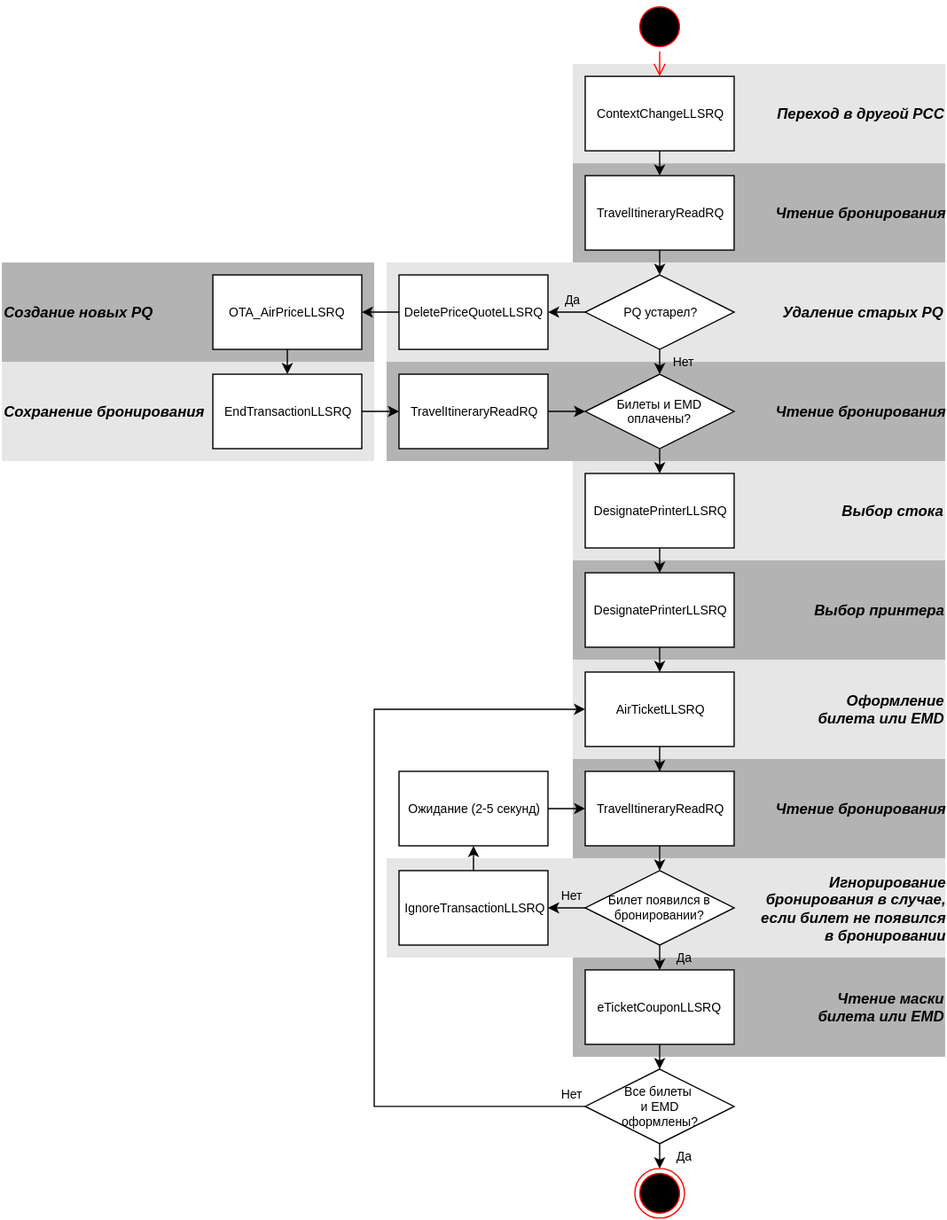
Before: assets/svg/Issue Tickets/[RU]Issue Tickets-0.svg, a diagram exported from draw.io (andreypolyak/sabre-apis-ru). Source tidied: cells renumbered, new cells last; positions are measured from the earlier drawing's top-left corner, leaving out a move shared by most shapes.
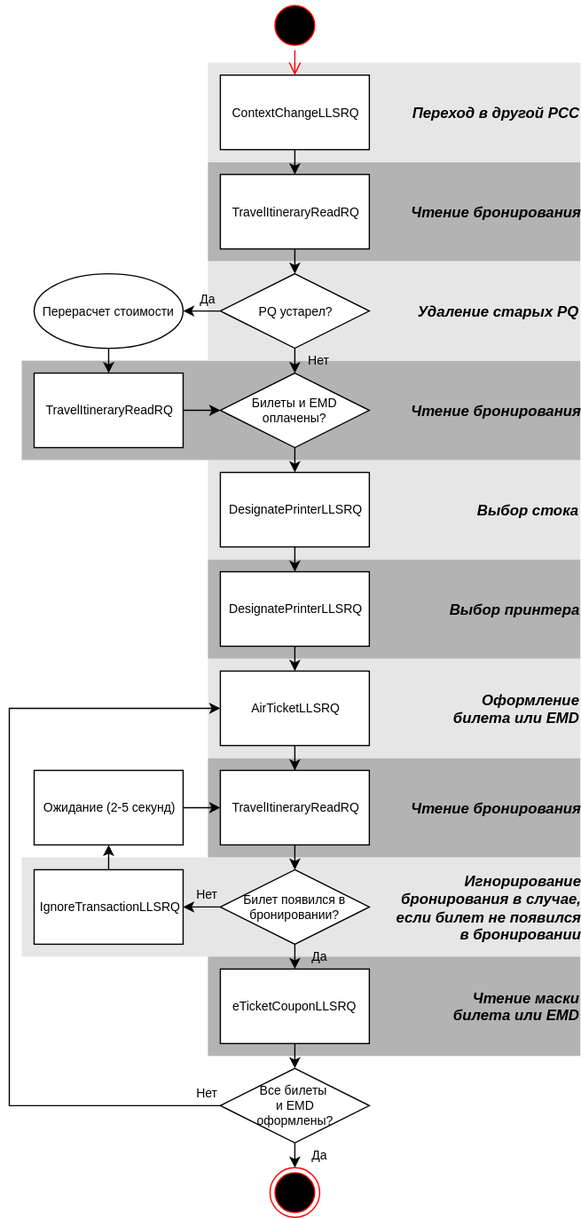
After the commit.

The edit, as a diff of the source:
```diff
@@ -20,20 +20,14 @@
     <mxCell id="7" value="&lt;div style=&quot;text-align: right&quot;&gt;&lt;b&gt;&lt;i&gt;&lt;font style=&quot;font-size: 12px&quot;&gt;Выбор стока&lt;/font&gt;&lt;/i&gt;&lt;/b&gt;&lt;br&gt;&lt;/div&gt;" style="whiteSpace=wrap;html=1;fillColor=#E6E6E6;fontSize=10;strokeColor=none;align=right;gradientColor=none;" parent="1" vertex="1">
       <mxGeometry x="460" y="370" width="300" height="80" as="geometry" />
     </mxCell>
-    <mxCell id="8" value="&lt;div style=&quot;text-align: right&quot;&gt;&lt;span&gt;&lt;b&gt;&lt;i&gt;&lt;font style=&quot;font-size: 12px&quot;&gt;Сохранение бронирования&lt;/font&gt;&lt;/i&gt;&lt;/b&gt;&lt;/span&gt;&lt;br&gt;&lt;/div&gt;" style="whiteSpace=wrap;html=1;fillColor=#E6E6E6;fontSize=10;strokeColor=none;align=left;gradientColor=none;" parent="1" vertex="1">
-      <mxGeometry y="290" width="300" height="80" as="geometry" />
-    </mxCell>
     <mxCell id="9" value="&lt;div style=&quot;text-align: right&quot;&gt;&lt;b&gt;&lt;i&gt;&lt;font style=&quot;font-size: 12px&quot;&gt;Чтение бронирования&lt;/font&gt;&lt;/i&gt;&lt;/b&gt;&lt;br&gt;&lt;/div&gt;" style="whiteSpace=wrap;html=1;fillColor=#B3B3B3;fontSize=10;strokeColor=none;align=right;gradientColor=none;" parent="1" vertex="1">
       <mxGeometry x="310" y="290" width="450" height="80" as="geometry" />
     </mxCell>
-    <mxCell id="10" value="&lt;div style=&quot;text-align: right&quot;&gt;&lt;span&gt;&lt;b&gt;&lt;i&gt;&lt;font style=&quot;font-size: 12px&quot;&gt;Создание новых PQ&lt;/font&gt;&lt;/i&gt;&lt;/b&gt;&lt;/span&gt;&lt;br&gt;&lt;/div&gt;" style="whiteSpace=wrap;html=1;fillColor=#B3B3B3;fontSize=10;strokeColor=none;align=left;gradientColor=none;" parent="1" vertex="1">
-      <mxGeometry y="210" width="300" height="80" as="geometry" />
-    </mxCell>
     <mxCell id="11" value="&lt;div style=&quot;text-align: right&quot;&gt;&lt;b&gt;&lt;i&gt;&lt;font style=&quot;font-size: 12px&quot;&gt;Чтение бронирования&lt;/font&gt;&lt;/i&gt;&lt;/b&gt;&lt;br&gt;&lt;/div&gt;" style="whiteSpace=wrap;html=1;fillColor=#B3B3B3;fontSize=10;strokeColor=none;align=right;gradientColor=none;" parent="1" vertex="1">
       <mxGeometry x="460" y="130" width="300" height="80" as="geometry" />
     </mxCell>
     <mxCell id="12" value="&lt;div style=&quot;text-align: right&quot;&gt;&lt;span&gt;&lt;b&gt;&lt;i&gt;&lt;font style=&quot;font-size: 12px&quot;&gt;Удаление старых PQ&lt;/font&gt;&lt;/i&gt;&lt;/b&gt;&lt;/span&gt;&lt;br&gt;&lt;/div&gt;" style="whiteSpace=wrap;html=1;fillColor=#E6E6E6;fontSize=10;strokeColor=none;align=right;gradientColor=none;" parent="1" vertex="1">
-      <mxGeometry x="310" y="210" width="450" height="80" as="geometry" />
+      <mxGeometry x="460" y="210" width="300" height="80" as="geometry" />
     </mxCell>
     <mxCell id="13" value="&lt;div style=&quot;text-align: right&quot;&gt;&lt;span&gt;&lt;b&gt;&lt;i&gt;&lt;font style=&quot;font-size: 12px&quot;&gt;Переход в другой PCC&lt;/font&gt;&lt;/i&gt;&lt;/b&gt;&lt;/span&gt;&lt;br&gt;&lt;/div&gt;" style="whiteSpace=wrap;html=1;fillColor=#E6E6E6;fontSize=10;strokeColor=none;align=right;gradientColor=none;" parent="1" vertex="1">
       <mxGeometry x="460" y="50" width="300" height="80" as="geometry" />
@@ -50,18 +44,6 @@
     <mxCell id="17" value="TravelItineraryReadRQ" style="whiteSpace=wrap;html=1;rounded=0;fontSize=10;" parent="1" vertex="1">
       <mxGeometry x="470" y="140" width="120" height="60" as="geometry" />
     </mxCell>
-    <mxCell id="18" style="edgeStyle=orthogonalEdgeStyle;rounded=0;html=1;exitX=0;exitY=0.5;entryX=1;entryY=0.5;jettySize=auto;fontSize=10;" parent="1" edge="1" source="19" target="21">
-      <mxGeometry x="135" y="1440" as="geometry" />
-    </mxCell>
-    <mxCell id="19" value="DeletePriceQuoteLLSRQ" style="whiteSpace=wrap;html=1;rounded=0;fontSize=10;" parent="1" vertex="1">
-      <mxGeometry x="320" y="220" width="120" height="60" as="geometry" />
-    </mxCell>
-    <mxCell id="20" style="edgeStyle=orthogonalEdgeStyle;rounded=0;html=1;exitX=0.5;exitY=1;entryX=0.5;entryY=0;jettySize=auto;" parent="1" edge="1" source="21" target="41">
-      <mxGeometry x="75" y="1470" as="geometry" />
-    </mxCell>
-    <mxCell id="21" value="OTA_AirPriceLLSRQ" style="whiteSpace=wrap;html=1;rounded=0;fontSize=10;" parent="1" vertex="1">
-      <mxGeometry x="170" y="220" width="120" height="60" as="geometry" />
-    </mxCell>
     <mxCell id="22" style="edgeStyle=orthogonalEdgeStyle;rounded=0;html=1;exitX=0.5;exitY=1;entryX=0.5;entryY=0;jettySize=auto;fontSize=10;" parent="1" edge="1" source="23" target="25">
       <mxGeometry x="380" y="1630" as="geometry" />
     </mxCell>
@@ -116,20 +98,15 @@
         <mxPoint x="20" as="offset" />
       </mxGeometry>
     </mxCell>
-    <mxCell id="38" value="Да" style="edgeStyle=orthogonalEdgeStyle;rounded=0;html=1;exitX=0;exitY=0.5;entryX=1;entryY=0.5;jettySize=auto;fontSize=10;labelBackgroundColor=none;" parent="1" edge="1" source="39" target="19">
+    <mxCell id="38" value="Да" style="edgeStyle=orthogonalEdgeStyle;rounded=0;html=1;exitX=0;exitY=0.5;entryX=1;entryY=0.5;jettySize=auto;fontSize=10;labelBackgroundColor=none;" parent="1" edge="1" source="39">
       <mxGeometry as="geometry">
+        <mxPoint x="440" y="250" as="targetPoint" />
         <mxPoint x="5" y="-10" as="offset" />
       </mxGeometry>
     </mxCell>
     <mxCell id="39" value="PQ устарел?" style="rhombus;whiteSpace=wrap;html=1;rounded=0;fontSize=10;" parent="1" vertex="1">
       <mxGeometry x="470" y="220" width="120" height="60" as="geometry" />
     </mxCell>
-    <mxCell id="40" style="edgeStyle=orthogonalEdgeStyle;rounded=0;html=1;exitX=1;exitY=0.5;entryX=0;entryY=0.5;jettySize=auto;fontSize=10;" parent="1" edge="1" source="41" target="43">
-      <mxGeometry x="135" y="1520" as="geometry" />
-    </mxCell>
-    <mxCell id="41" value="EndTransactionLLSRQ" style="whiteSpace=wrap;html=1;rounded=0;fontSize=10;" parent="1" vertex="1">
-      <mxGeometry x="170" y="300" width="120" height="60" as="geometry" />
-    </mxCell>
     <mxCell id="42" style="edgeStyle=orthogonalEdgeStyle;rounded=0;html=1;exitX=1;exitY=0.5;entryX=0;entryY=0.5;jettySize=auto;fontSize=10;" parent="1" edge="1" source="43" target="33">
       <mxGeometry x="290" y="1520" as="geometry" />
     </mxCell>
@@ -174,5 +151,11 @@
     <mxCell id="53" value="Ожидание (2-5 секунд)" style="whiteSpace=wrap;html=1;rounded=0;fontSize=10;" parent="1" vertex="1">
       <mxGeometry x="320" y="620" width="120" height="60" as="geometry" />
     </mxCell>
+    <mxCell id="54" style="edgeStyle=orthogonalEdgeStyle;rounded=0;comic=0;html=1;exitX=0.5;exitY=1;entryX=0.5;entryY=0;labelBackgroundColor=none;endArrow=classic;endFill=1;jettySize=auto;strokeColor=#000000;strokeWidth=1;fontSize=10;fontColor=#000000;" parent="1" edge="1" source="55" target="43">
+      <mxGeometry relative="1" as="geometry" />
+    </mxCell>
+    <mxCell id="55" value="Перерасчет стоимости" style="ellipse;whiteSpace=wrap;html=1;rounded=0;glass=0;labelBackgroundColor=none;strokeColor=#000000;strokeWidth=1;fillColor=#FFFFFF;gradientColor=none;fontSize=10;fontColor=#000000;align=center;" parent="1" vertex="1">
+      <mxGeometry x="320" y="220" width="120" height="60" as="geometry" />
+    </mxCell>
   </root>
 </mxGraphModel>
```
